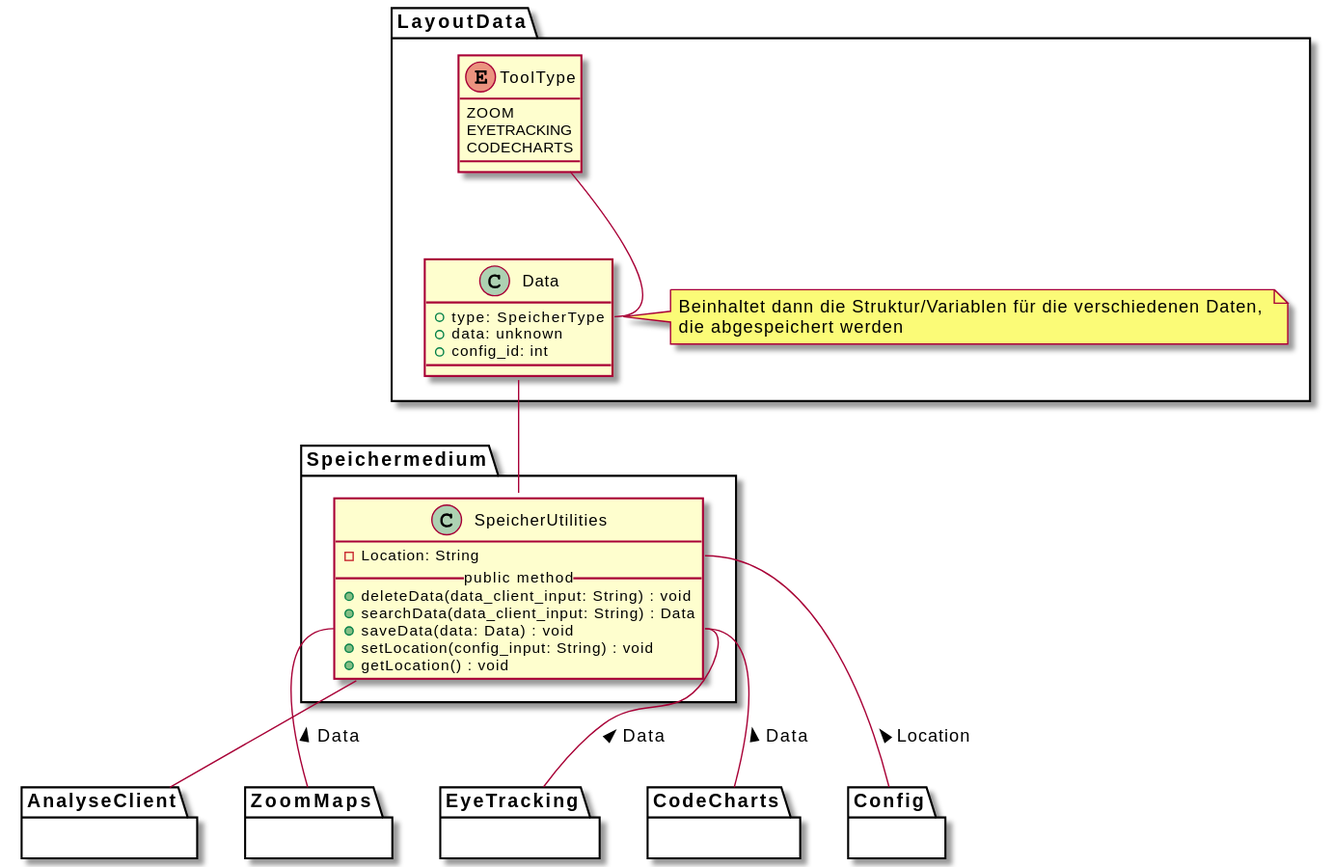
weichware10/meilensteine keeps this PlantUML diagram as meilenstein_03/uml-speichermedium/speichermedium.svg. Above is the earlier version.
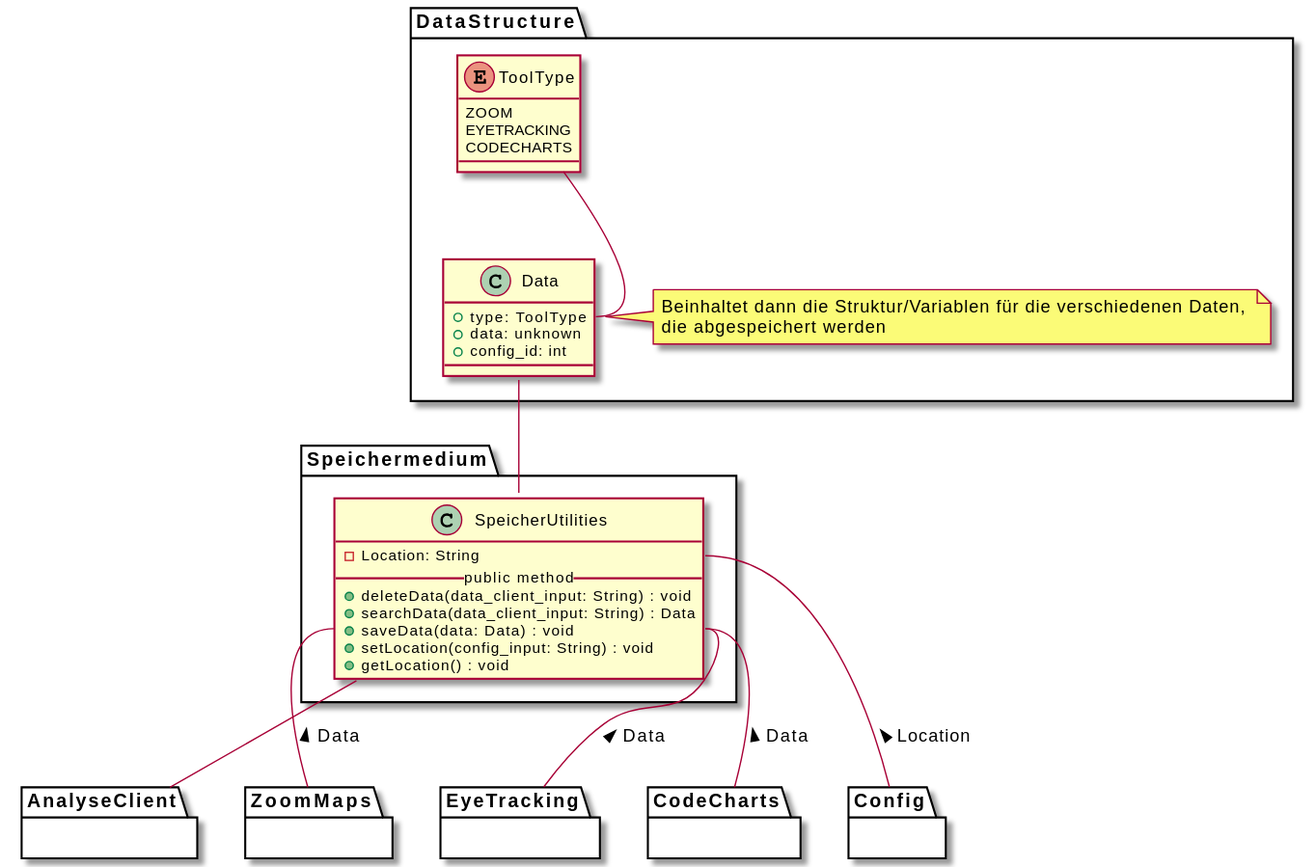
The same diagram one commit later.

Commit message:
Render PlantUML SVGs

The edit, as a diff of the source:
```diff
@@ -19,10 +19,10 @@
      SpeicherUtilities -- AnalyseClient
 }
 
-package LayoutData {
+package DataStructure {
 
 class Data {
-   + type: SpeicherType
+   + type: ToolType
    + data: unknown
    + config_id: int
 }
```
